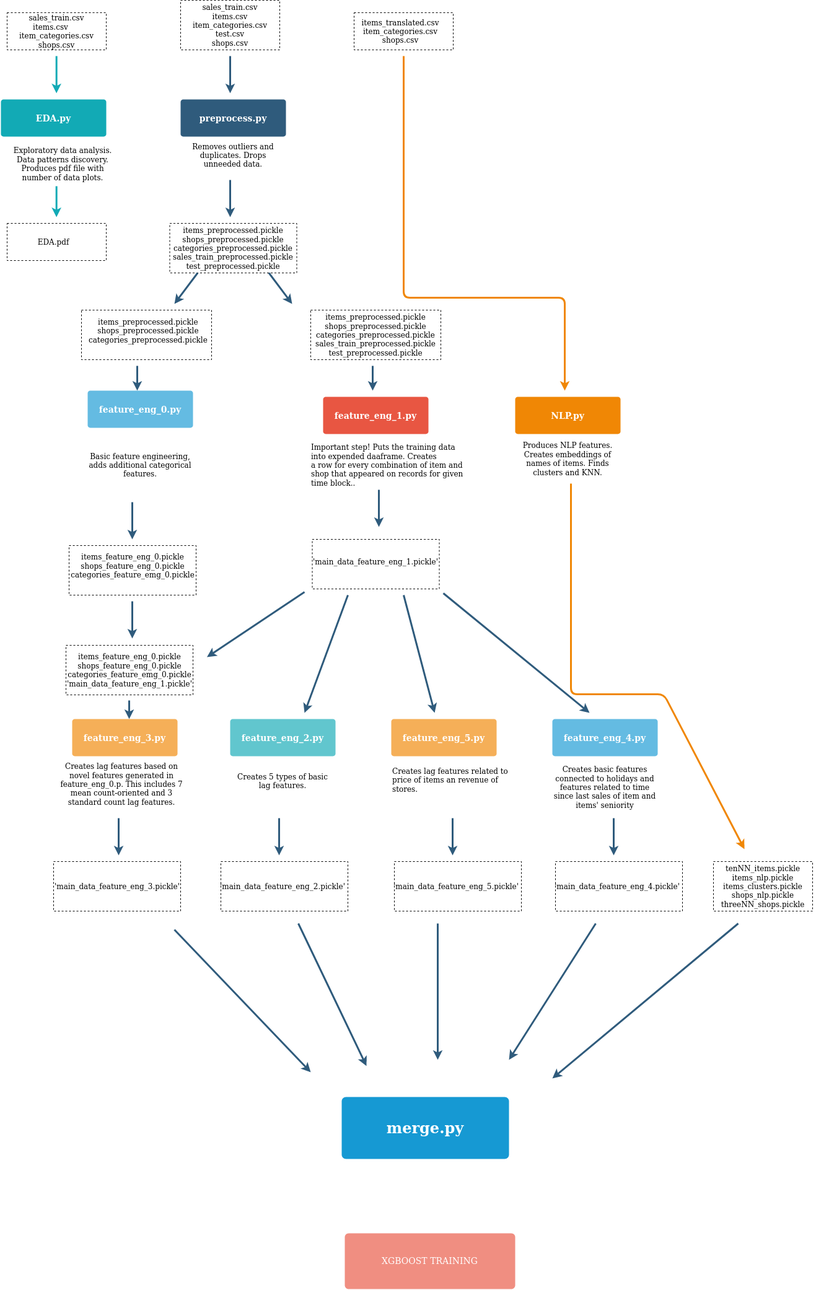
The draw.io diagram img/xgboost_graph.png in pegasus-isi/predict-future-sales-workflow, before a commit. Source tidied: cells renumbered, new cells last; positions are measured from the earlier drawing's top-left corner, leaving out a move shared by most shapes.
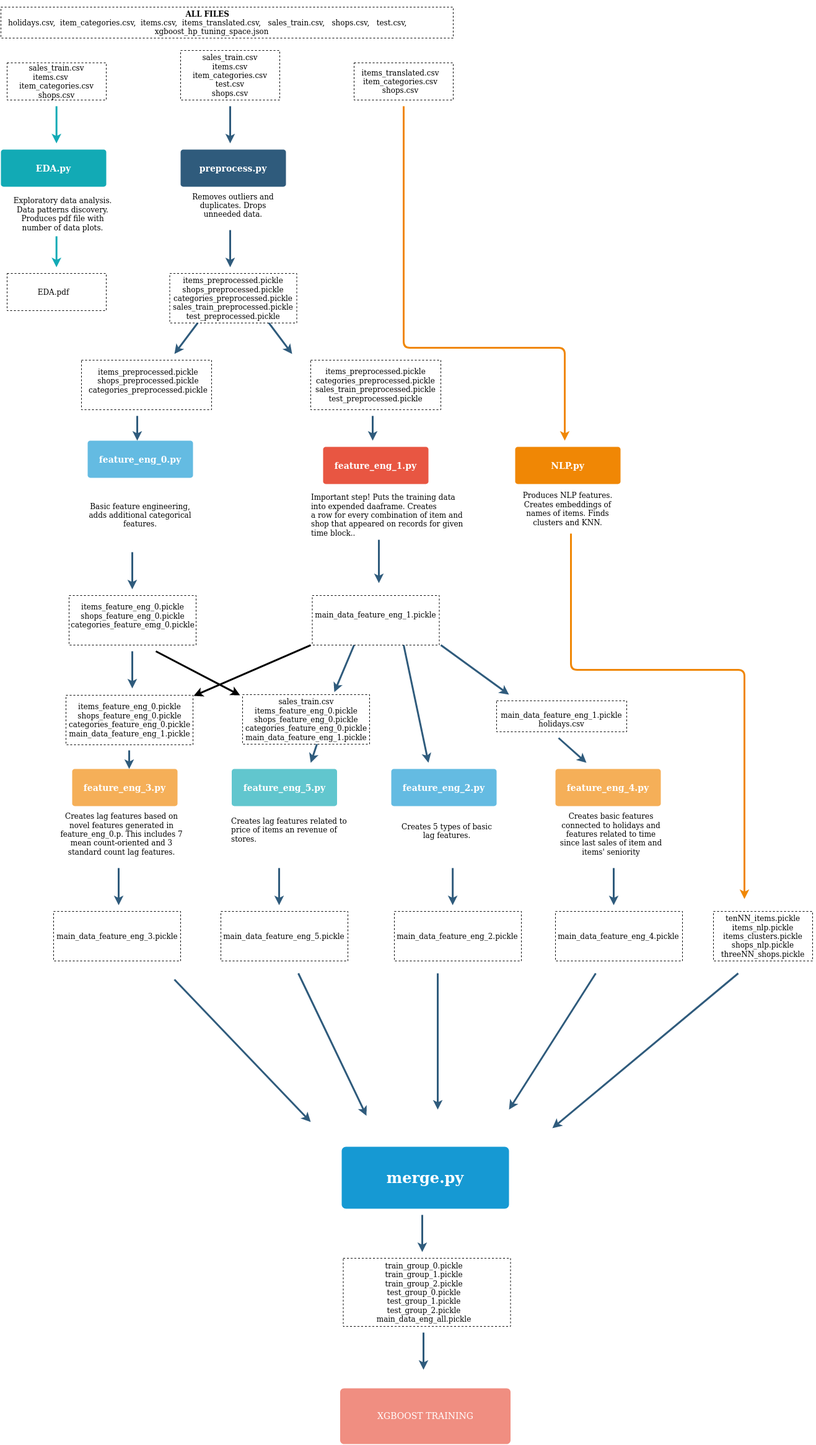
After the commit.

Diff of the diagram source:
```diff
@@ -5,3 +5,3 @@
     <mxCell id="2" value="XGBOOST TRAINING" style="rounded=1;whiteSpace=wrap;html=1;shadow=0;labelBackgroundColor=none;strokeColor=none;strokeWidth=3;fillColor=#f08e81;fontFamily=Helvetica;fontSize=14;fontColor=#FFFFFF;align=center;spacing=5;fontStyle=0;arcSize=7;perimeterSpacing=2;" parent="1" vertex="1">
-      <mxGeometry x="555" y="1990" width="275" height="90" as="geometry" />
+      <mxGeometry x="547.5" y="2160" width="275" height="90" as="geometry" />
     </mxCell>
@@ -104,4 +104,4 @@
         <Array as="points">
-          <mxPoint x="920" y="1120" />
-          <mxPoint x="1070" y="1120" />
+          <mxPoint x="920" y="1000" />
+          <mxPoint x="1200" y="1000" />
         </Array>
@@ -149,6 +149,6 @@
     <mxCell id="38" style="rounded=0;whiteSpace=wrap;html=1;fillColor=#FFFFFF;dashed=1;" parent="1" vertex="1">
-      <mxGeometry x="502.5" y="870" width="205" height="80" as="geometry" />
+      <mxGeometry x="502.5" y="880" width="205" height="80" as="geometry" />
     </mxCell>
-    <mxCell id="39" value="&lt;div align=&quot;center&quot;&gt;'main_data_feature_eng_1.pickle' &lt;br&gt;&lt;br&gt;&lt;br&gt;&lt;/div&gt;" style="text;html=1;strokeColor=none;fillColor=none;align=center;verticalAlign=middle;whiteSpace=wrap;rounded=0;" parent="1" vertex="1">
-      <mxGeometry x="490" y="885" width="230" height="70" as="geometry" />
+    <mxCell id="39" value="&lt;div align=&quot;center&quot;&gt;main_data_feature_eng_1.pickle &lt;br&gt;&lt;br&gt;&lt;br&gt;&lt;/div&gt;" style="text;html=1;strokeColor=none;fillColor=none;align=center;verticalAlign=middle;whiteSpace=wrap;rounded=0;" parent="1" vertex="1">
+      <mxGeometry x="490" y="890" width="230" height="70" as="geometry" />
     </mxCell>
@@ -157,3 +157,3 @@
         <mxPoint x="610" y="790" as="sourcePoint" />
-        <mxPoint x="610" y="850" as="targetPoint" />
+        <mxPoint x="610" y="860" as="targetPoint" />
       </mxGeometry>
@@ -172,11 +172,10 @@
     <mxCell id="43" value="Creates 5 types of basic lag features." style="text;html=1;strokeColor=none;fillColor=none;align=center;verticalAlign=middle;whiteSpace=wrap;rounded=0;" parent="1" vertex="1">
-      <mxGeometry x="370" y="1230" width="170" height="60" as="geometry" />
+      <mxGeometry x="635" y="1230" width="170" height="60" as="geometry" />
     </mxCell>
-    <mxCell id="44" value="feature_eng_2.py" style="rounded=1;whiteSpace=wrap;html=1;shadow=0;labelBackgroundColor=none;strokeColor=none;strokeWidth=3;fillColor=#61C6CE;fontFamily=Helvetica;fontSize=14;fontColor=#FFFFFF;align=center;spacing=5;fontStyle=1;arcSize=7;perimeterSpacing=2;" parent="1" vertex="1">
-      <mxGeometry x="370" y="1160" width="170" height="60" as="geometry" />
+    <mxCell id="44" value="feature_eng_4.py" style="rounded=1;whiteSpace=wrap;html=1;shadow=0;labelBackgroundColor=none;strokeColor=none;strokeWidth=3;fillColor=#F5AF58;fontFamily=Helvetica;fontSize=14;fontColor=#FFFFFF;align=center;spacing=5;fontStyle=1;arcSize=7;perimeterSpacing=2;" parent="1" vertex="1">
+      <mxGeometry x="895" y="1160" width="170" height="60" as="geometry" />
     </mxCell>
-    <mxCell id="45" style="edgeStyle=none;rounded=1;jumpStyle=none;html=1;shadow=0;labelBackgroundColor=none;startArrow=none;startFill=0;jettySize=auto;orthogonalLoop=1;strokeColor=#2F5B7C;strokeWidth=3;fontFamily=Helvetica;fontSize=14;fontColor=#FFFFFF;spacing=5;fontStyle=1;fillColor=#b0e3e6;" parent="1" edge="1">
+    <mxCell id="45" style="edgeStyle=none;rounded=1;jumpStyle=none;html=1;shadow=0;labelBackgroundColor=none;startArrow=none;startFill=0;jettySize=auto;strokeColor=#2F5B7C;strokeWidth=3;fontFamily=Helvetica;fontSize=14;fontColor=#FFFFFF;spacing=5;fontStyle=1;fillColor=#b0e3e6;entryX=0.698;entryY=-0.05;entryDx=0;entryDy=0;entryPerimeter=0;" parent="1" edge="1" target="84">
       <mxGeometry relative="1" as="geometry">
-        <mxPoint x="560" y="960" as="sourcePoint" />
-        <mxPoint x="490" y="1150" as="targetPoint" />
+        <mxPoint x="570" y="960" as="sourcePoint" />
       </mxGeometry>
@@ -186,3 +185,3 @@
     </mxCell>
-    <mxCell id="47" value="&lt;div align=&quot;center&quot;&gt;'main_data_feature_eng_2.pickle'&lt;br&gt;&lt;/div&gt;" style="text;html=1;strokeColor=none;fillColor=none;align=center;verticalAlign=middle;whiteSpace=wrap;rounded=0;" parent="1" vertex="1">
+    <mxCell id="47" value="&lt;div align=&quot;center&quot;&gt;&amp;nbsp;main_data_feature_eng_5.pickle&lt;/div&gt;" style="text;html=1;strokeColor=none;fillColor=none;align=center;verticalAlign=middle;whiteSpace=wrap;rounded=0;" parent="1" vertex="1">
       <mxGeometry x="340" y="1390" width="230" height="80" as="geometry" />
@@ -219,3 +218,3 @@
     </mxCell>
-    <mxCell id="55" value="&lt;div align=&quot;center&quot;&gt;items_preprocessed.pickle&lt;br&gt;shops_preprocessed.pickle&lt;br&gt;categories_preprocessed.pickle&lt;br&gt;sales_train_preprocessed.pickle&lt;br&gt;test_preprocessed.pickle&lt;/div&gt;" style="text;html=1;strokeColor=none;fillColor=none;align=center;verticalAlign=middle;whiteSpace=wrap;rounded=0;dashed=1;" parent="1" vertex="1">
+    <mxCell id="55" value="&lt;div align=&quot;center&quot;&gt;items_preprocessed.pickle&lt;br&gt;categories_preprocessed.pickle&lt;br&gt;sales_train_preprocessed.pickle&lt;br&gt;test_preprocessed.pickle&lt;/div&gt;" style="text;html=1;strokeColor=none;fillColor=none;align=center;verticalAlign=middle;whiteSpace=wrap;rounded=0;dashed=1;" parent="1" vertex="1">
       <mxGeometry x="490" y="500" width="230" height="80" as="geometry" />
@@ -225,8 +224,8 @@
     </mxCell>
-    <mxCell id="57" value="&lt;div align=&quot;center&quot;&gt;items_feature_eng_0.pickle&lt;br&gt;shops_feature_eng_0.pickle&lt;br&gt;categories_feature_emg_0.pickle&lt;/div&gt;&lt;div align=&quot;center&quot;&gt;'main_data_feature_eng_1.pickle'&lt;br&gt;&lt;/div&gt;" style="text;html=1;strokeColor=none;fillColor=none;align=center;verticalAlign=middle;whiteSpace=wrap;rounded=0;" parent="1" vertex="1">
+    <mxCell id="57" value="&lt;div align=&quot;center&quot;&gt;items_feature_eng_0.pickle&lt;br&gt;shops_feature_eng_0.pickle&lt;br&gt;categories_feature_eng_0.pickle&lt;/div&gt;&lt;div align=&quot;center&quot;&gt;main_data_feature_eng_1.pickle&lt;br&gt;&lt;/div&gt;" style="text;html=1;strokeColor=none;fillColor=none;align=center;verticalAlign=middle;whiteSpace=wrap;rounded=0;" parent="1" vertex="1">
       <mxGeometry x="92.5" y="1041" width="230" height="80" as="geometry" />
     </mxCell>
-    <mxCell id="58" style="edgeStyle=none;rounded=1;jumpStyle=none;html=1;shadow=0;labelBackgroundColor=none;startArrow=none;startFill=0;jettySize=auto;strokeColor=#2F5B7C;strokeWidth=3;fontFamily=Helvetica;fontSize=14;fontColor=#FFFFFF;spacing=5;fontStyle=1;fillColor=#b0e3e6;exitX=0;exitY=1;exitDx=0;exitDy=0;" parent="1" edge="1" source="39">
+    <mxCell id="58" style="edgeStyle=none;rounded=1;jumpStyle=none;html=1;shadow=0;labelBackgroundColor=none;startArrow=none;startFill=0;jettySize=auto;strokeColor=#000000;strokeWidth=3;fontFamily=Helvetica;fontSize=14;fontColor=#FFFFFF;spacing=5;fontStyle=1;fillColor=#b0e3e6;entryX=0.95;entryY=0.013;entryDx=0;entryDy=0;entryPerimeter=0;" parent="1" edge="1" target="57">
       <mxGeometry relative="1" as="geometry">
-        <mxPoint x="332.5" y="1060" as="targetPoint" />
+        <mxPoint x="500" y="960" as="sourcePoint" />
       </mxGeometry>
@@ -239,4 +238,4 @@
     </mxCell>
-    <mxCell id="60" value="feature_eng_5.py" style="rounded=1;whiteSpace=wrap;html=1;shadow=0;labelBackgroundColor=none;strokeColor=none;strokeWidth=3;fillColor=#F5AF58;fontFamily=Helvetica;fontSize=14;fontColor=#FFFFFF;align=center;spacing=5;fontStyle=1;arcSize=7;perimeterSpacing=2;" parent="1" vertex="1">
-      <mxGeometry x="630" y="1160" width="170" height="60" as="geometry" />
+    <mxCell id="60" value="feature_eng_5.py" style="rounded=1;whiteSpace=wrap;html=1;shadow=0;labelBackgroundColor=none;strokeColor=none;strokeWidth=3;fillColor=#61C6CE;fontFamily=Helvetica;fontSize=14;fontColor=#FFFFFF;align=center;spacing=5;fontStyle=1;arcSize=7;perimeterSpacing=2;" parent="1" vertex="1">
+      <mxGeometry x="372.5" y="1160" width="170" height="60" as="geometry" />
     </mxCell>
@@ -245,3 +244,3 @@
         <mxPoint x="650" y="960" as="sourcePoint" />
-        <mxPoint x="700" y="1150" as="targetPoint" />
+        <mxPoint x="690" y="1150" as="targetPoint" />
       </mxGeometry>
@@ -251,3 +250,3 @@
     </mxCell>
-    <mxCell id="63" value="&lt;div align=&quot;center&quot;&gt;'main_data_feature_eng_3.pickle'&lt;br&gt;&lt;/div&gt;" style="text;html=1;strokeColor=none;fillColor=none;align=center;verticalAlign=middle;whiteSpace=wrap;rounded=0;" parent="1" vertex="1">
+    <mxCell id="63" value="&lt;div align=&quot;center&quot;&gt;main_data_feature_eng_3.pickle&lt;br&gt;&lt;/div&gt;" style="text;html=1;strokeColor=none;fillColor=none;align=center;verticalAlign=middle;whiteSpace=wrap;rounded=0;" parent="1" vertex="1">
       <mxGeometry x="72.5" y="1390" width="230" height="80" as="geometry" />
@@ -255,3 +254,3 @@
     <mxCell id="64" value="Creates lag features related to price of items an revenue of stores." style="text;whiteSpace=wrap;html=1;" parent="1" vertex="1">
-      <mxGeometry x="630" y="1230" width="190" height="60" as="geometry" />
+      <mxGeometry x="370" y="1230" width="190" height="60" as="geometry" />
     </mxCell>
@@ -260,3 +259,3 @@
     </mxCell>
-    <mxCell id="66" value="&lt;div align=&quot;center&quot;&gt;'main_data_feature_eng_5.pickle'&lt;br&gt;&lt;/div&gt;" style="text;html=1;strokeColor=none;fillColor=none;align=center;verticalAlign=middle;whiteSpace=wrap;rounded=0;" parent="1" vertex="1">
+    <mxCell id="66" value="&lt;div align=&quot;center&quot;&gt;&amp;nbsp;main_data_feature_eng_2.pickle&lt;/div&gt;" style="text;html=1;strokeColor=none;fillColor=none;align=center;verticalAlign=middle;whiteSpace=wrap;rounded=0;" parent="1" vertex="1">
       <mxGeometry x="620" y="1390" width="230" height="80" as="geometry" />
@@ -265,4 +264,4 @@
       <mxGeometry relative="1" as="geometry">
-        <mxPoint x="729" y="1320" as="sourcePoint" />
-        <mxPoint x="729" y="1380" as="targetPoint" />
+        <mxPoint x="729.2" y="1320" as="sourcePoint" />
+        <mxPoint x="729.2" y="1380" as="targetPoint" />
       </mxGeometry>
@@ -270,10 +269,11 @@
     <mxCell id="68" value="&lt;div&gt;Creates basic features connected to holidays and features related to time since last sales of item and items' seniority&lt;br&gt;&lt;/div&gt;" style="text;html=1;strokeColor=none;fillColor=none;align=center;verticalAlign=middle;whiteSpace=wrap;rounded=0;" parent="1" vertex="1">
-      <mxGeometry x="890" y="1230" width="170" height="80" as="geometry" />
+      <mxGeometry x="900" y="1225" width="170" height="80" as="geometry" />
     </mxCell>
-    <mxCell id="69" value="feature_eng_4.py" style="rounded=1;whiteSpace=wrap;html=1;shadow=0;labelBackgroundColor=none;strokeColor=none;strokeWidth=3;fillColor=#64BBE2;fontFamily=Helvetica;fontSize=14;fontColor=#FFFFFF;align=center;spacing=5;fontStyle=1;arcSize=7;perimeterSpacing=2;" parent="1" vertex="1">
-      <mxGeometry x="890" y="1160" width="170" height="60" as="geometry" />
+    <mxCell id="69" value="feature_eng_2.py" style="rounded=1;whiteSpace=wrap;html=1;shadow=0;labelBackgroundColor=none;strokeColor=none;strokeWidth=3;fillColor=#64BBE2;fontFamily=Helvetica;fontSize=14;fontColor=#FFFFFF;align=center;spacing=5;fontStyle=1;arcSize=7;perimeterSpacing=2;" parent="1" vertex="1">
+      <mxGeometry x="630" y="1160" width="170" height="60" as="geometry" />
     </mxCell>
-    <mxCell id="70" style="edgeStyle=none;rounded=1;jumpStyle=none;html=1;shadow=0;labelBackgroundColor=none;startArrow=none;startFill=0;jettySize=auto;strokeColor=#2F5B7C;strokeWidth=3;fontFamily=Helvetica;fontSize=14;fontColor=#FFFFFF;spacing=5;fontStyle=1;fillColor=#b0e3e6;exitX=0.974;exitY=1.029;exitDx=0;exitDy=0;exitPerimeter=0;" parent="1" edge="1" source="39">
+    <mxCell id="70" style="edgeStyle=none;rounded=1;jumpStyle=none;html=1;shadow=0;labelBackgroundColor=none;startArrow=none;startFill=0;jettySize=auto;orthogonalLoop=1;strokeColor=#2F5B7C;strokeWidth=3;fontFamily=Helvetica;fontSize=14;fontColor=#FFFFFF;spacing=5;fontStyle=1;fillColor=#b0e3e6;" parent="1" edge="1">
       <mxGeometry relative="1" as="geometry">
-        <mxPoint x="950" y="1150" as="targetPoint" />
+        <mxPoint x="710" y="960" as="sourcePoint" />
+        <mxPoint x="820" y="1040" as="targetPoint" />
       </mxGeometry>
@@ -283,3 +283,3 @@
     </mxCell>
-    <mxCell id="72" value="&lt;div align=&quot;center&quot;&gt;'main_data_feature_eng_4.pickle'&lt;br&gt;&lt;/div&gt;" style="text;html=1;strokeColor=none;fillColor=none;align=center;verticalAlign=middle;whiteSpace=wrap;rounded=0;" parent="1" vertex="1">
+    <mxCell id="72" value="&lt;div align=&quot;center&quot;&gt;&amp;nbsp;main_data_feature_eng_4.pickle&lt;br&gt;&lt;/div&gt;" style="text;html=1;strokeColor=none;fillColor=none;align=center;verticalAlign=middle;whiteSpace=wrap;rounded=0;" parent="1" vertex="1">
       <mxGeometry x="880" y="1390" width="230" height="80" as="geometry" />
@@ -322,2 +322,55 @@
     </mxCell>
+    <mxCell id="79" style="rounded=0;whiteSpace=wrap;html=1;dashed=1;" parent="1" vertex="1">
+      <mxGeometry y="-70" width="730" height="50" as="geometry" />
+    </mxCell>
+    <mxCell id="80" value="&lt;div align=&quot;left&quot;&gt;&lt;br&gt;&lt;/div&gt;&lt;div align=&quot;center&quot;&gt;&lt;b&gt;ALL&lt;/b&gt; &lt;b&gt;FILES&lt;/b&gt;&lt;br&gt;&lt;/div&gt;&lt;div align=&quot;left&quot;&gt;holidays.csv,&amp;nbsp; item_categories.csv,&amp;nbsp; items.csv,&amp;nbsp; items_translated.csv,&amp;nbsp;&amp;nbsp; sales_train.csv,&amp;nbsp;&amp;nbsp; shops.csv, &amp;nbsp; test.csv,&lt;/div&gt;&lt;div align=&quot;left&quot;&gt;&amp;nbsp;&amp;nbsp;&amp;nbsp;&amp;nbsp;&amp;nbsp;&amp;nbsp;&amp;nbsp;&amp;nbsp;&amp;nbsp;&amp;nbsp;&amp;nbsp;&amp;nbsp;&amp;nbsp;&amp;nbsp;&amp;nbsp;&amp;nbsp;&amp;nbsp;&amp;nbsp;&amp;nbsp;&amp;nbsp;&amp;nbsp;&amp;nbsp;&amp;nbsp;&amp;nbsp;&amp;nbsp;&amp;nbsp;&amp;nbsp;&amp;nbsp;&amp;nbsp;&amp;nbsp;&amp;nbsp;&amp;nbsp;&amp;nbsp;&amp;nbsp;&amp;nbsp;&amp;nbsp;&amp;nbsp;&amp;nbsp;&amp;nbsp;&amp;nbsp;&amp;nbsp;&amp;nbsp;&amp;nbsp;&amp;nbsp;&amp;nbsp;&amp;nbsp;&amp;nbsp;&amp;nbsp;&amp;nbsp;&amp;nbsp;&amp;nbsp;&amp;nbsp;&amp;nbsp;&amp;nbsp;&amp;nbsp;&amp;nbsp;&amp;nbsp;&amp;nbsp;&amp;nbsp;&amp;nbsp;&amp;nbsp; xgboost_hp_tuning_space.json&lt;br&gt;&lt;/div&gt;&lt;div align=&quot;left&quot;&gt;&lt;br&gt;&lt;/div&gt;" style="text;html=1;align=left;verticalAlign=middle;whiteSpace=wrap;rounded=0;dashed=1;" parent="1" vertex="1">
+      <mxGeometry x="10" y="-75" width="710" height="60" as="geometry" />
+    </mxCell>
+    <mxCell id="81" style="rounded=0;whiteSpace=wrap;html=1;fillColor=#FFFFFF;dashed=1;" parent="1" vertex="1">
+      <mxGeometry x="800" y="1050" width="210" height="50" as="geometry" />
+    </mxCell>
+    <mxCell id="82" style="edgeStyle=none;rounded=1;jumpStyle=none;html=1;shadow=0;labelBackgroundColor=none;startArrow=none;startFill=0;jettySize=auto;orthogonalLoop=1;strokeColor=#2F5B7C;strokeWidth=3;fontFamily=Helvetica;fontSize=14;fontColor=#FFFFFF;spacing=5;fontStyle=1;fillColor=#b0e3e6;" parent="1" edge="1">
+      <mxGeometry relative="1" as="geometry">
+        <mxPoint x="900" y="1110" as="sourcePoint" />
+        <mxPoint x="945" y="1150" as="targetPoint" />
+      </mxGeometry>
+    </mxCell>
+    <mxCell id="83" style="rounded=0;whiteSpace=wrap;html=1;fillColor=#FFFFFF;dashed=1;" parent="1" vertex="1">
+      <mxGeometry x="390" y="1040" width="205" height="80" as="geometry" />
+    </mxCell>
+    <mxCell id="84" value="&lt;div align=&quot;center&quot;&gt;sales_train.csv&lt;br&gt;&lt;/div&gt;&lt;div align=&quot;center&quot;&gt;items_feature_eng_0.pickle&lt;br&gt;shops_feature_eng_0.pickle&lt;br&gt;categories_feature_eng_0.pickle&lt;/div&gt;&lt;div align=&quot;center&quot;&gt;main_data_feature_eng_1.pickle&lt;br&gt;&lt;/div&gt;" style="text;html=1;strokeColor=none;fillColor=none;align=center;verticalAlign=middle;whiteSpace=wrap;rounded=0;" parent="1" vertex="1">
+      <mxGeometry x="377.5" y="1040" width="230" height="80" as="geometry" />
+    </mxCell>
+    <mxCell id="85" value="&lt;div align=&quot;center&quot;&gt;main_data_feature_eng_1.pickle&lt;br&gt;&lt;/div&gt;&lt;div&gt;holidays.csv&lt;br&gt;&lt;/div&gt;" style="text;html=1;strokeColor=none;fillColor=none;align=center;verticalAlign=middle;whiteSpace=wrap;rounded=0;" parent="1" vertex="1">
+      <mxGeometry x="790" y="1050" width="230" height="60" as="geometry" />
+    </mxCell>
+    <mxCell id="86" style="edgeStyle=none;rounded=1;jumpStyle=none;html=1;shadow=0;labelBackgroundColor=none;startArrow=none;startFill=0;jettySize=auto;orthogonalLoop=1;strokeColor=#2F5B7C;strokeWidth=3;fontFamily=Helvetica;fontSize=14;fontColor=#FFFFFF;spacing=5;fontStyle=1;fillColor=#b0e3e6;" parent="1" edge="1">
+      <mxGeometry relative="1" as="geometry">
+        <mxPoint x="510" y="1120" as="sourcePoint" />
+        <mxPoint x="500" y="1150" as="targetPoint" />
+      </mxGeometry>
+    </mxCell>
+    <mxCell id="87" style="edgeStyle=none;rounded=1;jumpStyle=none;html=1;shadow=0;labelBackgroundColor=none;startArrow=none;startFill=0;jettySize=auto;strokeColor=#000000;strokeWidth=3;fontFamily=Helvetica;fontSize=14;fontColor=#FFFFFF;spacing=5;fontStyle=1;fillColor=#b0e3e6;entryX=0.037;entryY=0.013;entryDx=0;entryDy=0;entryPerimeter=0;" parent="1" edge="1" target="84">
+      <mxGeometry relative="1" as="geometry">
+        <mxPoint x="250" y="970" as="sourcePoint" />
+      </mxGeometry>
+    </mxCell>
+    <mxCell id="88" style="rounded=0;whiteSpace=wrap;html=1;fillColor=#FFFFFF;dashed=1;" parent="1" vertex="1">
+      <mxGeometry x="552.5" y="1950" width="270" height="110" as="geometry" />
+    </mxCell>
+    <mxCell id="89" value="&lt;div align=&quot;center&quot;&gt;train_group_0.pickle&lt;br&gt;train_group_1.pickle&lt;br&gt;train_group_2.pickle&lt;br&gt;test_group_0.pickle&lt;br&gt;test_group_1.pickle&lt;/div&gt;&lt;div align=&quot;center&quot;&gt;test_group_2.pickle&lt;/div&gt;&lt;div align=&quot;center&quot;&gt;main_data_eng_all.pickle&lt;br&gt;&lt;/div&gt;" style="text;html=1;strokeColor=none;fillColor=none;align=center;verticalAlign=middle;whiteSpace=wrap;rounded=0;dashed=1;" parent="1" vertex="1">
+      <mxGeometry x="562.5" y="1950" width="240" height="110" as="geometry" />
+    </mxCell>
+    <mxCell id="90" style="edgeStyle=none;rounded=1;jumpStyle=none;html=1;shadow=0;labelBackgroundColor=none;startArrow=none;startFill=0;jettySize=auto;orthogonalLoop=1;strokeColor=#2F5B7C;strokeWidth=3;fontFamily=Helvetica;fontSize=14;fontColor=#FFFFFF;spacing=5;fontStyle=1;fillColor=#b0e3e6;" parent="1" edge="1">
+      <mxGeometry relative="1" as="geometry">
+        <mxPoint x="680" y="1880" as="sourcePoint" />
+        <mxPoint x="680" y="1940" as="targetPoint" />
+      </mxGeometry>
+    </mxCell>
+    <mxCell id="91" style="edgeStyle=none;rounded=1;jumpStyle=none;html=1;shadow=0;labelBackgroundColor=none;startArrow=none;startFill=0;jettySize=auto;orthogonalLoop=1;strokeColor=#2F5B7C;strokeWidth=3;fontFamily=Helvetica;fontSize=14;fontColor=#FFFFFF;spacing=5;fontStyle=1;fillColor=#b0e3e6;" parent="1" edge="1">
+      <mxGeometry relative="1" as="geometry">
+        <mxPoint x="682" y="2070" as="sourcePoint" />
+        <mxPoint x="682" y="2130" as="targetPoint" />
+      </mxGeometry>
+    </mxCell>
   </root>
```
